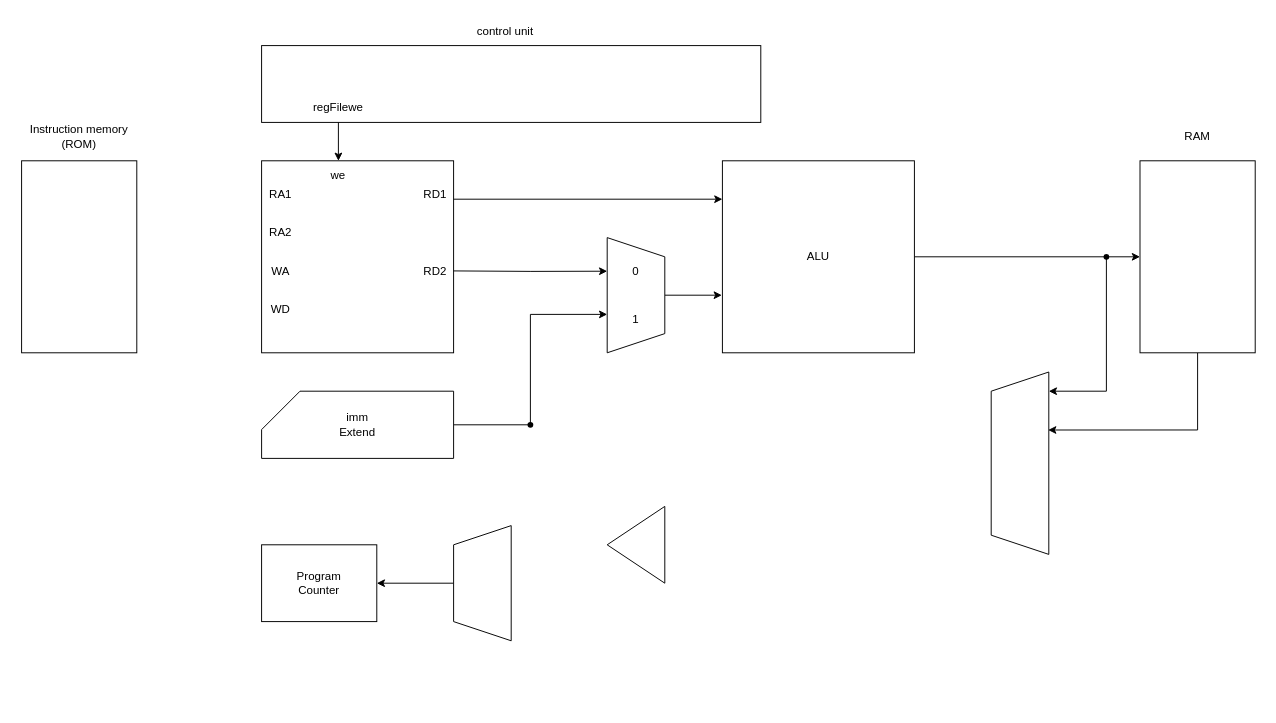
Earlier version of the draw.io diagram 제목 없는 다이어그램.drawio (Friday930/draw_io). Source tidied: cells renumbered, new cells numbered last; positions are measured from the earlier drawing's top-left corner, leaving out a move shared by most shapes. Both pictures are drawn from the tidied source at 96%, with x=0, y=0 at pixel (16, 16).
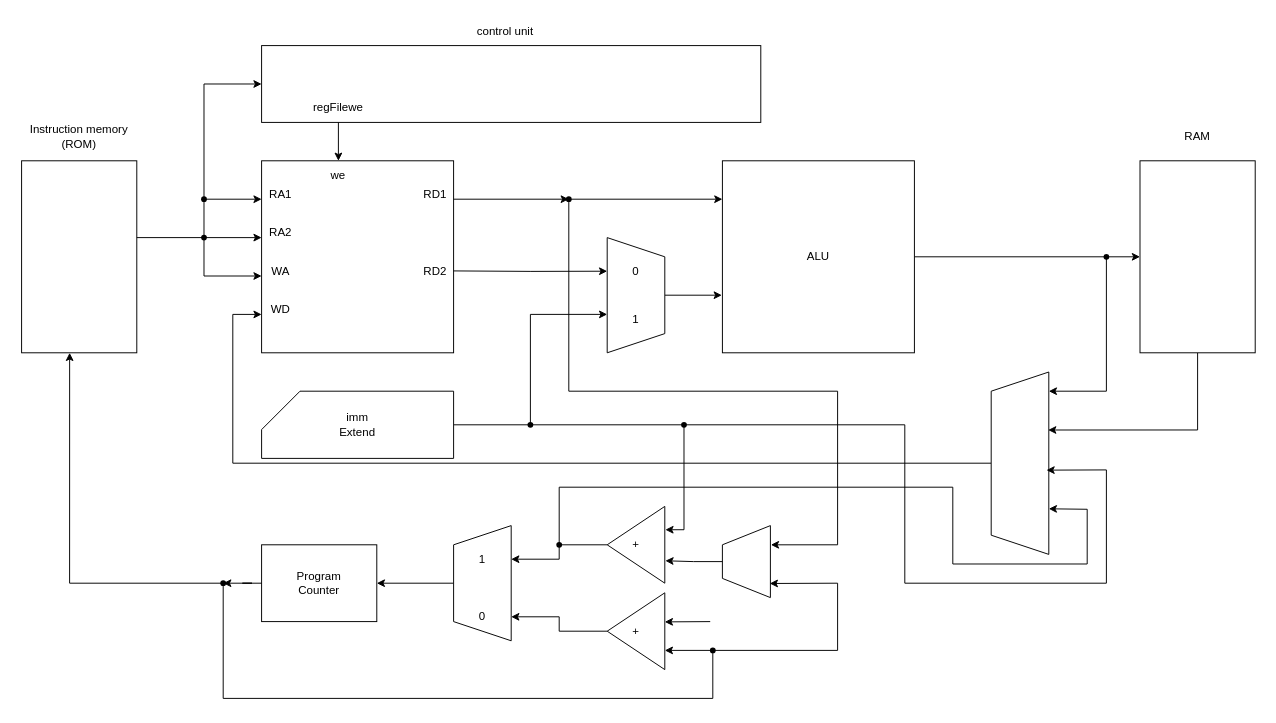
Above is the later version.

Commit message (it also covers changes not shown here):
제목 없는 다이어그램.drawio 업데이트

Unchanged cells that the change refers to:
```xml
<mxCell id="2" style="rounded=0;whiteSpace=wrap;html=1;" parent="1" vertex="1">
  <mxGeometry x="255" y="30" width="520" height="80" as="geometry" />
</mxCell>
<mxCell id="8" value="RA1" style="text;html=1;align=center;verticalAlign=middle;whiteSpace=wrap;rounded=0;" parent="1" vertex="1">
  <mxGeometry x="245" y="170" width="60" height="30" as="geometry" />
</mxCell>
<mxCell id="9" value="RA2" style="text;html=1;align=center;verticalAlign=middle;whiteSpace=wrap;rounded=0;" parent="1" vertex="1">
  <mxGeometry x="245" y="210" width="60" height="30" as="geometry" />
</mxCell>
<mxCell id="10" value="WA" style="text;html=1;align=center;verticalAlign=middle;whiteSpace=wrap;rounded=0;" parent="1" vertex="1">
  <mxGeometry x="245" y="250" width="60" height="30" as="geometry" />
</mxCell>
<mxCell id="11" value="WD" style="text;html=1;align=center;verticalAlign=middle;whiteSpace=wrap;rounded=0;" parent="1" vertex="1">
  <mxGeometry x="245" y="290" width="60" height="30" as="geometry" />
</mxCell>
<mxCell id="17" value="ALU" style="whiteSpace=wrap;html=1;" parent="1" vertex="1">
  <mxGeometry x="735" y="150" width="200" height="200" as="geometry" />
</mxCell>
<mxCell id="24" style="rounded=0;whiteSpace=wrap;html=1;" parent="1" vertex="1">
  <mxGeometry x="5" y="150" width="120" height="200" as="geometry" />
</mxCell>
<mxCell id="26" value="Program&lt;div&gt;Counter&lt;/div&gt;" style="rounded=0;whiteSpace=wrap;html=1;" parent="1" vertex="1">
  <mxGeometry x="255" y="550" width="120" height="80" as="geometry" />
</mxCell>
<mxCell id="29" style="shape=waypoint;sketch=0;fillStyle=solid;size=6;points=[];fillColor=none;perimeter=centerPerimeter;snapToPoint=1;" parent="1" vertex="1">
  <mxGeometry x="525" y="415" width="20" height="20" as="geometry" />
</mxCell>
<mxCell id="31" style="shape=trapezoid;perimeter=trapezoidPerimeter;whiteSpace=wrap;html=1;fixedSize=1;direction=north;" parent="1" vertex="1">
  <mxGeometry x="1015" y="370" width="60" height="190" as="geometry" />
</mxCell>
```

Change to the diagram source:
```diff
@@
-    <mxCell id="18" style="endArrow=classic;html=1;rounded=0;entryX=0;entryY=0.2;entryDx=0;entryDy=0;entryPerimeter=0;" parent="1" edge="1" target="17">
-      <mxGeometry relative="1" as="geometry">
-        <mxPoint x="455" y="190" as="sourcePoint" />
-      </mxGeometry>
+    <mxCell id="18" style="endArrow=classic;html=1;rounded=0;entryX=0;entryY=0.2;entryDx=0;entryDy=0;entryPerimeter=0;" parent="1" edge="1" source="56" target="17">
+      <mxGeometry relative="1" as="geometry" />
     </mxCell>
@@
-    <mxCell id="30" style="triangle;whiteSpace=wrap;html=1;direction=west;" parent="1" vertex="1">
+    <mxCell id="30" value="+" style="triangle;whiteSpace=wrap;html=1;direction=west;" parent="1" vertex="1">
       <mxGeometry x="615" y="510" width="60" height="80" as="geometry" />
     </mxCell>
+    <mxCell id="37" style="edgeStyle=orthogonalEdgeStyle;rounded=0;jettySize=auto;html=1;entryX=0.167;entryY=0.667;entryDx=0;entryDy=0;entryPerimeter=0;" parent="1" edge="1" source="31" target="11">
+      <mxGeometry relative="1" as="geometry">
+        <Array as="points">
+          <mxPoint x="225" y="465" />
+          <mxPoint x="225" y="310" />
+        </Array>
+      </mxGeometry>
+    </mxCell>
@@
+    <mxCell id="38" style="edgeStyle=orthogonalEdgeStyle;rounded=0;jettySize=auto;html=1;entryX=0.417;entryY=1;entryDx=0;entryDy=0;entryPerimeter=0;" parent="1" edge="1" source="41" target="24">
+      <mxGeometry relative="1" as="geometry" />
+    </mxCell>
+    <mxCell id="39" style="endArrow=classic;html=1;rounded=0;entryX=0;entryY=0.25;entryDx=0;entryDy=0;" parent="1" edge="1" target="46">
+      <mxGeometry relative="1" as="geometry">
+        <mxPoint x="215" y="590" as="sourcePoint" />
+        <Array as="points">
+          <mxPoint x="215" y="710" />
+          <mxPoint x="725" y="710" />
+          <mxPoint x="725" y="660" />
+        </Array>
+      </mxGeometry>
+    </mxCell>
+    <mxCell id="40" style="edgeStyle=orthogonalEdgeStyle;rounded=0;jettySize=auto;html=1;entryDx=0;entryDy=0;entryPerimeter=0;" parent="1" edge="1" source="26" target="41">
+      <mxGeometry relative="1" as="geometry" />
+    </mxCell>
+    <mxCell id="41" style="shape=waypoint;sketch=0;fillStyle=solid;size=6;points=[];fillColor=none;perimeter=centerPerimeter;snapToPoint=1;" parent="1" vertex="1">
+      <mxGeometry x="205" y="580" width="20" height="20" as="geometry" />
+    </mxCell>
+    <mxCell id="42" style="edgeStyle=orthogonalEdgeStyle;rounded=0;jettySize=auto;html=1;entryX=1;entryY=0.5;entryDx=0;entryDy=0;" parent="1" edge="1" source="30" target="49">
+      <mxGeometry relative="1" as="geometry" />
+    </mxCell>
+    <mxCell id="43" style="shape=trapezoid;perimeter=trapezoidPerimeter;whiteSpace=wrap;html=1;fixedSize=1;direction=north;" parent="1" vertex="1">
+      <mxGeometry x="735" y="530" width="50" height="75" as="geometry" />
+    </mxCell>
+    <mxCell id="44" style="edgeStyle=orthogonalEdgeStyle;rounded=0;jettySize=auto;html=1;entryX=-0.01;entryY=0.292;entryDx=0;entryDy=0;entryPerimeter=0;" parent="1" edge="1" source="43" target="30">
+      <mxGeometry relative="1" as="geometry" />
+    </mxCell>
+    <mxCell id="45" style="edgeStyle=orthogonalEdgeStyle;rounded=0;jettySize=auto;html=1;entryX=-0.01;entryY=0.696;entryDx=0;entryDy=0;entryPerimeter=0;" parent="1" edge="1" source="29" target="30">
+      <mxGeometry relative="1" as="geometry" />
+    </mxCell>
+    <mxCell id="46" value="+" style="triangle;whiteSpace=wrap;html=1;direction=west;" parent="1" vertex="1">
+      <mxGeometry x="615" y="600" width="60" height="80" as="geometry" />
+    </mxCell>
+    <mxCell id="47" style="endArrow=classic;html=1;rounded=0;entryX=-0.045;entryY=0.596;entryDx=0;entryDy=0;entryPerimeter=0;" parent="1" edge="1">
+      <mxGeometry relative="1" as="geometry">
+        <mxPoint x="722.3" y="630" as="sourcePoint" />
+        <mxPoint x="675" y="630.3" as="targetPoint" />
+      </mxGeometry>
+    </mxCell>
+    <mxCell id="48" style="edgeStyle=orthogonalEdgeStyle;rounded=0;jettySize=auto;html=1;entryX=1;entryY=0.5;entryDx=0;entryDy=0;" parent="1" edge="1" source="46" target="50">
+      <mxGeometry relative="1" as="geometry" />
+    </mxCell>
+    <mxCell id="49" value="1" style="text;html=1;align=center;verticalAlign=middle;whiteSpace=wrap;rounded=0;" parent="1" vertex="1">
+      <mxGeometry x="455" y="550" width="60" height="30" as="geometry" />
+    </mxCell>
+    <mxCell id="50" value="0" style="text;html=1;align=center;verticalAlign=middle;whiteSpace=wrap;rounded=0;" parent="1" vertex="1">
+      <mxGeometry x="455" y="610" width="60" height="30" as="geometry" />
+    </mxCell>
+    <mxCell id="51" style="shape=waypoint;sketch=0;fillStyle=solid;size=6;fillColor=none;perimeter=centerPerimeter;" parent="1" vertex="1">
+      <mxGeometry x="555" y="540" width="20" height="20" as="geometry" />
+    </mxCell>
+    <mxCell id="52" style="shape=waypoint;sketch=0;fillStyle=solid;size=6;fillColor=none;perimeter=centerPerimeter;" parent="1" vertex="1">
+      <mxGeometry x="715" y="650" width="20" height="20" as="geometry" />
+    </mxCell>
+    <mxCell id="53" style="endArrow=classic;html=1;rounded=0;entryX=0.196;entryY=0.987;entryDx=0;entryDy=0;entryPerimeter=0;" parent="1" edge="1" target="43">
+      <mxGeometry relative="1" as="geometry">
+        <mxPoint x="725" y="660" as="sourcePoint" />
+        <Array as="points">
+          <mxPoint x="855" y="660" />
+          <mxPoint x="855" y="590" />
+        </Array>
+      </mxGeometry>
+    </mxCell>
+    <mxCell id="54" style="endArrow=classic;html=1;rounded=0;entryX=0.733;entryY=1.01;entryDx=0;entryDy=0;entryPerimeter=0;" parent="1" edge="1" target="43">
+      <mxGeometry relative="1" as="geometry">
+        <mxPoint x="575" y="190" as="sourcePoint" />
+        <Array as="points">
+          <mxPoint x="575" y="390" />
+          <mxPoint x="855" y="390" />
+          <mxPoint x="855" y="550" />
+        </Array>
+      </mxGeometry>
+    </mxCell>
+    <mxCell id="55" style="endArrow=classic;html=1;rounded=0;entryDx=0;entryDy=0;entryPerimeter=0;" parent="1" edge="1" target="56">
+      <mxGeometry relative="1" as="geometry">
+        <mxPoint x="455" y="190" as="sourcePoint" />
+      </mxGeometry>
+    </mxCell>
+    <mxCell id="56" style="shape=waypoint;sketch=0;fillStyle=solid;size=6;points=[];fillColor=none;perimeter=centerPerimeter;snapToPoint=1;" parent="1" vertex="1">
+      <mxGeometry x="565" y="180" width="20" height="20" as="geometry" />
+    </mxCell>
+    <mxCell id="57" style="shape=waypoint;sketch=0;fillStyle=solid;size=6;fillColor=none;perimeter=centerPerimeter;" parent="1" vertex="1">
+      <mxGeometry x="685" y="415" width="20" height="20" as="geometry" />
+    </mxCell>
+    <mxCell id="58" style="endArrow=classic;html=1;rounded=0;entryX=0.462;entryY=0.96;entryDx=0;entryDy=0;entryPerimeter=0;" parent="1" edge="1" target="31">
+      <mxGeometry relative="1" as="geometry">
+        <mxPoint x="695" y="425" as="sourcePoint" />
+        <Array as="points">
+          <mxPoint x="925" y="425" />
+          <mxPoint x="925" y="590" />
+          <mxPoint x="1135" y="590" />
+          <mxPoint x="1135" y="472" />
+        </Array>
+      </mxGeometry>
+    </mxCell>
+    <mxCell id="59" style="endArrow=classic;html=1;rounded=0;entryX=0.25;entryY=1;entryDx=0;entryDy=0;" parent="1" edge="1" target="31">
+      <mxGeometry relative="1" as="geometry">
+        <mxPoint x="565" y="550" as="sourcePoint" />
+        <Array as="points">
+          <mxPoint x="565" y="490" />
+          <mxPoint x="975" y="490" />
+          <mxPoint x="975" y="570" />
+          <mxPoint x="1115" y="570" />
+          <mxPoint x="1115" y="513" />
+        </Array>
+      </mxGeometry>
+    </mxCell>
+    <mxCell id="60" style="endArrow=classic;html=1;rounded=0;entryX=0.167;entryY=0.667;entryDx=0;entryDy=0;entryPerimeter=0;" parent="1" edge="1" source="61" target="9">
+      <mxGeometry relative="1" as="geometry" />
+    </mxCell>
+    <mxCell id="61" style="shape=waypoint;sketch=0;fillStyle=solid;size=6;points=[];fillColor=none;perimeter=centerPerimeter;snapToPoint=1;" parent="1" vertex="1">
+      <mxGeometry x="185" y="220" width="20" height="20" as="geometry" />
+    </mxCell>
+    <mxCell id="62" style="endArrow=none;html=1;rounded=0;" parent="1" edge="1" target="61">
+      <mxGeometry relative="1" as="geometry">
+        <mxPoint x="125" y="230" as="sourcePoint" />
+      </mxGeometry>
+    </mxCell>
+    <mxCell id="63" style="endArrow=classic;html=1;rounded=0;entryX=0.167;entryY=0.667;entryDx=0;entryDy=0;entryPerimeter=0;" parent="1" edge="1" source="65" target="8">
+      <mxGeometry relative="1" as="geometry">
+        <Array as="points">
+          <mxPoint x="195" y="190" />
+        </Array>
+      </mxGeometry>
+    </mxCell>
+    <mxCell id="64" style="endArrow=classic;html=1;rounded=0;entryX=0.167;entryY=0.667;entryDx=0;entryDy=0;entryPerimeter=0;" parent="1" edge="1" target="10">
+      <mxGeometry relative="1" as="geometry">
+        <mxPoint x="195" y="230" as="sourcePoint" />
+        <Array as="points">
+          <mxPoint x="195" y="270" />
+        </Array>
+      </mxGeometry>
+    </mxCell>
+    <mxCell id="65" style="shape=waypoint;sketch=0;fillStyle=solid;size=6;points=[];fillColor=none;perimeter=centerPerimeter;snapToPoint=1;" parent="1" vertex="1">
+      <mxGeometry x="185" y="180" width="20" height="20" as="geometry" />
+    </mxCell>
+    <mxCell id="66" style="endArrow=classic;html=1;rounded=0;entryX=0;entryY=0.5;entryDx=0;entryDy=0;" parent="1" edge="1" target="2">
+      <mxGeometry relative="1" as="geometry">
+        <mxPoint x="195" y="190" as="sourcePoint" />
+        <Array as="points">
+          <mxPoint x="195" y="70" />
+        </Array>
+      </mxGeometry>
+    </mxCell>
+    <mxCell id="67" style="endArrow=none;html=1;rounded=0;" parent="1" edge="1" target="65">
+      <mxGeometry relative="1" as="geometry">
+        <mxPoint x="195" y="230" as="sourcePoint" />
+      </mxGeometry>
+    </mxCell>
```
